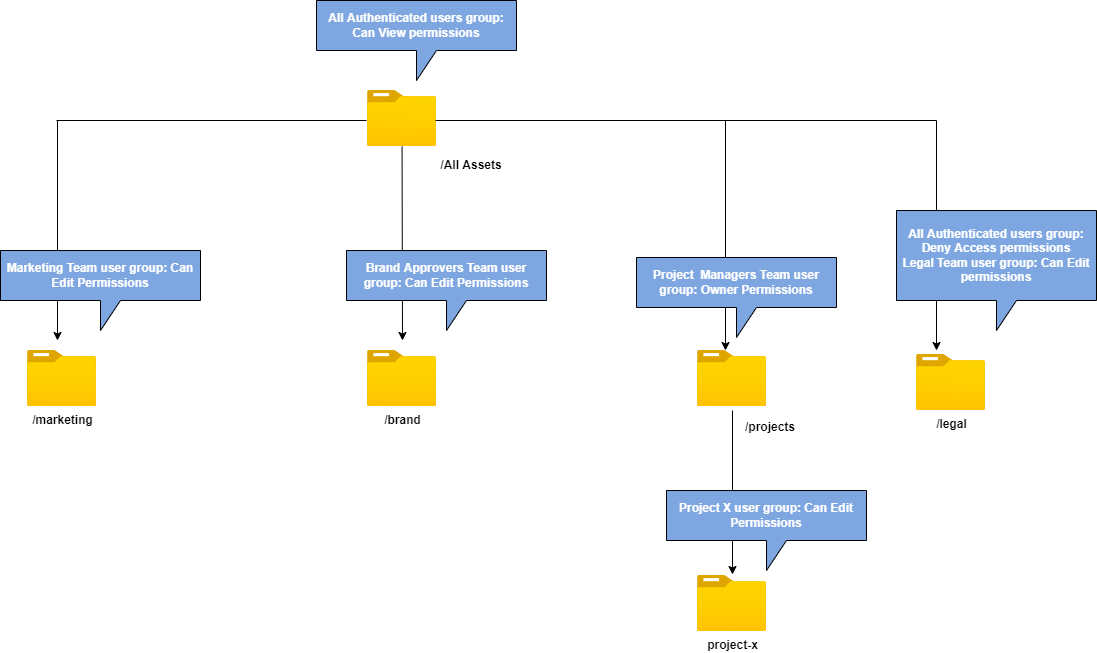
Before: help/assets/use-case-permissions-mamagement.png, a diagram exported from draw.io (AdobeDocs/experience-manager-assets-essentials.en). Source tidied: cells renumbered, new cells last; positions are measured from the earlier drawing's top-left corner, leaving out a move shared by most shapes.
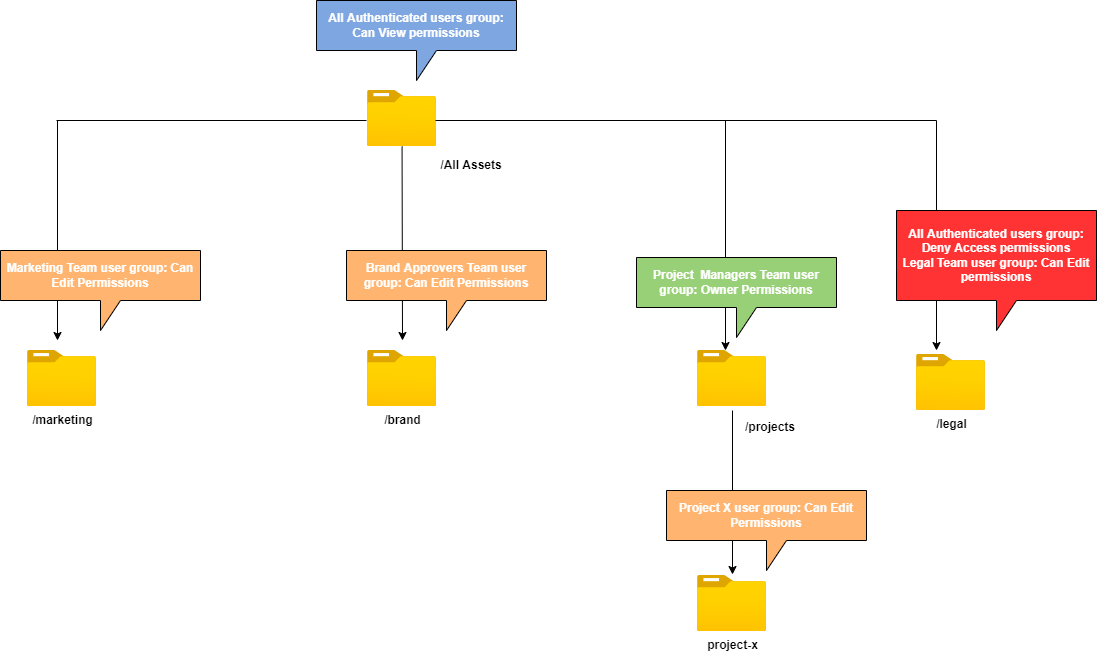
After the change.

What changed in the source:
```diff
@@ -61,16 +61,16 @@
     <mxCell id="15" value="&lt;b&gt;&lt;font color=&quot;#ffffff&quot;&gt;All Authenticated users group: Can View permissions&lt;/font&gt;&lt;/b&gt;" style="shape=callout;whiteSpace=wrap;html=1;perimeter=calloutPerimeter;fillColor=#7EA6E0;" parent="1" vertex="1">
       <mxGeometry x="316" width="200" height="80" as="geometry" />
     </mxCell>
-    <mxCell id="16" value="&lt;b&gt;&lt;font color=&quot;#ffffff&quot;&gt;Marketing Team user group: Can Edit Permissions&lt;/font&gt;&lt;/b&gt;" style="shape=callout;whiteSpace=wrap;html=1;perimeter=calloutPerimeter;fillColor=#7EA6E0;" parent="1" vertex="1">
+    <mxCell id="16" value="&lt;b&gt;&lt;font color=&quot;#ffffff&quot;&gt;Marketing Team user group: Can Edit Permissions&lt;/font&gt;&lt;/b&gt;" style="shape=callout;whiteSpace=wrap;html=1;perimeter=calloutPerimeter;fillColor=#FFB570;" parent="1" vertex="1">
       <mxGeometry y="250" width="200" height="80" as="geometry" />
     </mxCell>
-    <mxCell id="17" value="&lt;b&gt;&lt;font color=&quot;#ffffff&quot;&gt;Brand Approvers Team user group: Can Edit Permissions&lt;/font&gt;&lt;/b&gt;" style="shape=callout;whiteSpace=wrap;html=1;perimeter=calloutPerimeter;fillColor=#7EA6E0;" parent="1" vertex="1">
+    <mxCell id="17" value="&lt;b&gt;&lt;font color=&quot;#ffffff&quot;&gt;Brand Approvers Team user group: Can Edit Permissions&lt;/font&gt;&lt;/b&gt;" style="shape=callout;whiteSpace=wrap;html=1;perimeter=calloutPerimeter;fillColor=#FFB570;" parent="1" vertex="1">
       <mxGeometry x="346" y="250" width="200" height="80" as="geometry" />
     </mxCell>
-    <mxCell id="18" value="&lt;b&gt;&lt;font color=&quot;#ffffff&quot;&gt;Project&amp;nbsp; Managers Team user group: Owner Permissions&lt;/font&gt;&lt;/b&gt;" style="shape=callout;whiteSpace=wrap;html=1;perimeter=calloutPerimeter;fillColor=#7EA6E0;" parent="1" vertex="1">
+    <mxCell id="18" value="&lt;b&gt;&lt;font color=&quot;#ffffff&quot;&gt;Project&amp;nbsp; Managers Team user group: Owner Permissions&lt;/font&gt;&lt;/b&gt;" style="shape=callout;whiteSpace=wrap;html=1;perimeter=calloutPerimeter;fillColor=#97D077;" parent="1" vertex="1">
       <mxGeometry x="636" y="257" width="200" height="80" as="geometry" />
     </mxCell>
-    <mxCell id="19" value="&lt;b&gt;&lt;font color=&quot;#ffffff&quot;&gt;Project X user group: Can Edit Permissions&lt;/font&gt;&lt;/b&gt;" style="shape=callout;whiteSpace=wrap;html=1;perimeter=calloutPerimeter;fillColor=#7EA6E0;" parent="1" vertex="1">
+    <mxCell id="19" value="&lt;b&gt;&lt;font color=&quot;#ffffff&quot;&gt;Project X user group: Can Edit Permissions&lt;/font&gt;&lt;/b&gt;" style="shape=callout;whiteSpace=wrap;html=1;perimeter=calloutPerimeter;fillColor=#FFB570;" parent="1" vertex="1">
       <mxGeometry x="666" y="490" width="200" height="80" as="geometry" />
     </mxCell>
     <mxCell id="20" style="endArrow=classic;html=1;rounded=0;" parent="1" edge="1">
@@ -79,7 +79,7 @@
         <mxPoint x="936" y="350" as="targetPoint" />
       </mxGeometry>
     </mxCell>
-    <mxCell id="21" value="&lt;b&gt;&lt;font color=&quot;#ffffff&quot;&gt;All Authenticated users group: Deny Access permissions&lt;br&gt;Legal Team user group: Can Edit permissions&lt;br&gt;&lt;/font&gt;&lt;/b&gt;" style="shape=callout;whiteSpace=wrap;html=1;perimeter=calloutPerimeter;fillColor=#7EA6E0;" parent="1" vertex="1">
+    <mxCell id="21" value="&lt;b&gt;&lt;font color=&quot;#ffffff&quot;&gt;All Authenticated users group: Deny Access permissions&lt;br&gt;Legal Team user group: Can Edit permissions&lt;br&gt;&lt;/font&gt;&lt;/b&gt;" style="shape=callout;whiteSpace=wrap;html=1;perimeter=calloutPerimeter;fillColor=#FF3333;" parent="1" vertex="1">
       <mxGeometry x="896" y="210" width="200" height="120" as="geometry" />
     </mxCell>
     <mxCell id="22" value="&lt;b&gt;/legal&lt;/b&gt;" style="html=1;align=center;image;fontSize=12;image=img/lib/azure2/general/Folder_Blank.svg;" parent="1" vertex="1">
```
